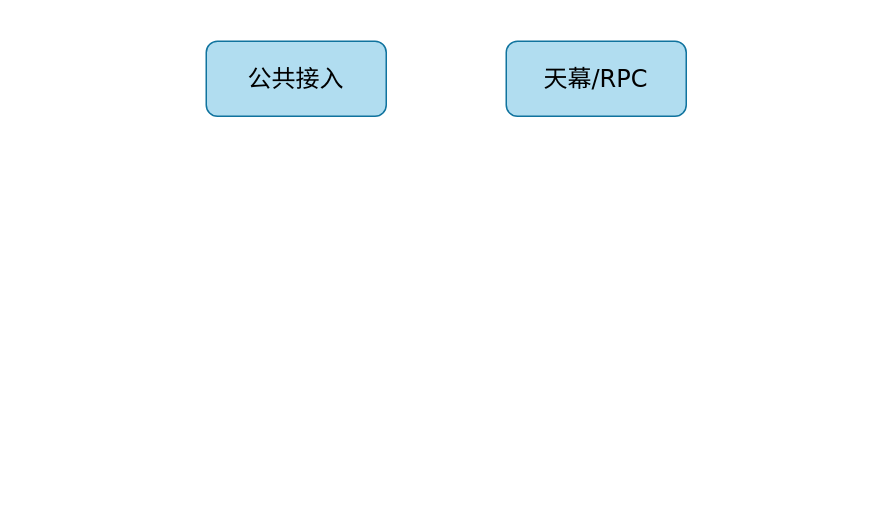
The draw.io diagram 未命名绘图.drawio in lewiskyo/test_git, before the edit. Source tidied: cells renumbered, new cells numbered last; positions are measured from the earlier drawing's top-left corner, leaving out a move shared by most shapes. Both pictures are drawn from the tidied source at 150%, with x=0, y=0 at pixel (206, 40).
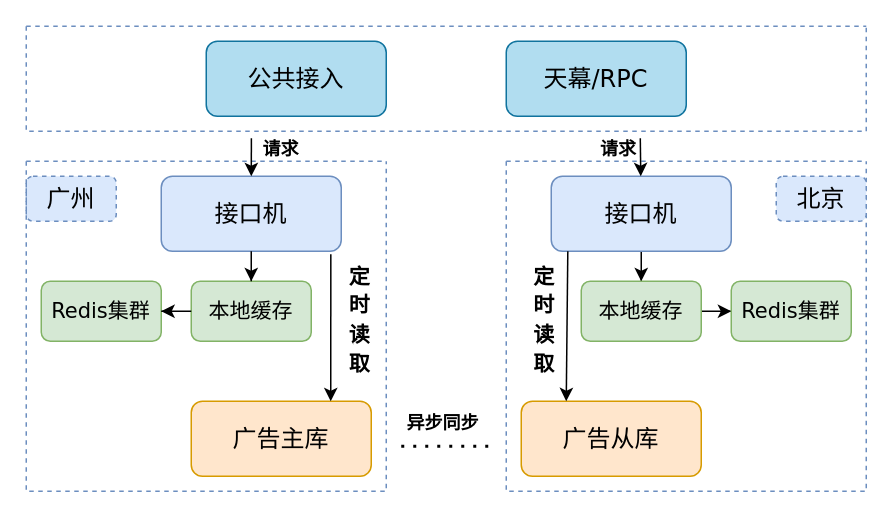
After the change.

Commit message:
更新未命名绘图.drawio

Change to the diagram source:
```diff
@@
+    <mxCell id="4" style="swimlane;startSize=0;fontFamily=Verdana;fontSize=13;dashed=1;fillColor=#dae8fc;strokeColor=#6c8ebf;" parent="1" vertex="1">
+      <mxGeometry x="-120" y="-10" width="560" height="70" as="geometry" />
+    </mxCell>
-    <mxCell id="3" value="天幕/RPC" style="rounded=1;whiteSpace=wrap;html=1;fontFamily=Verdana;fontSize=16;fillColor=#b1ddf0;strokeColor=#10739e;" parent="1" vertex="1">
-      <mxGeometry x="200" width="120" height="50" as="geometry" />
+    <mxCell id="3" value="天幕/RPC" style="rounded=1;whiteSpace=wrap;html=1;fontFamily=Verdana;fontSize=16;fillColor=#b1ddf0;strokeColor=#10739e;" parent="4" vertex="1">
+      <mxGeometry x="320" y="10" width="120" height="50" as="geometry" />
     </mxCell>
+    <mxCell id="5" value="广州" style="rounded=1;whiteSpace=wrap;html=1;dashed=1;fontFamily=Verdana;fontSize=16;fillColor=#dae8fc;strokeColor=#6c8ebf;" parent="1" vertex="1">
+      <mxGeometry x="-120" y="90" width="60" height="30" as="geometry" />
+    </mxCell>
+    <mxCell id="6" style="swimlane;startSize=0;fontFamily=Verdana;fontSize=13;dashed=1;fillColor=#dae8fc;strokeColor=#6c8ebf;" parent="1" vertex="1">
+      <mxGeometry x="-120" y="80" width="240" height="220" as="geometry" />
+    </mxCell>
+    <mxCell id="7" value="Redis集群" style="rounded=1;whiteSpace=wrap;html=1;fontFamily=Verdana;fontSize=14;fillColor=#d5e8d4;strokeColor=#82b366;" parent="6" vertex="1">
+      <mxGeometry x="10" y="80" width="80" height="40" as="geometry" />
+    </mxCell>
+    <mxCell id="8" value="本地缓存" style="rounded=1;whiteSpace=wrap;html=1;fontFamily=Verdana;fontSize=14;fillColor=#d5e8d4;strokeColor=#82b366;" parent="6" vertex="1">
+      <mxGeometry x="110" y="80" width="80" height="40" as="geometry" />
+    </mxCell>
+    <mxCell id="9" style="edgeStyle=orthogonalEdgeStyle;rounded=0;jettySize=auto;html=1;" parent="6" edge="1" source="8" target="7">
+      <mxGeometry relative="1" as="geometry" />
+    </mxCell>
+    <mxCell id="10" value="接口机" style="rounded=1;whiteSpace=wrap;html=1;fontFamily=Verdana;fontSize=16;fillColor=#dae8fc;strokeColor=#6c8ebf;" parent="6" vertex="1">
+      <mxGeometry x="90" y="10" width="120" height="50" as="geometry" />
+    </mxCell>
+    <mxCell id="11" style="edgeStyle=orthogonalEdgeStyle;rounded=0;jettySize=auto;html=1;" parent="6" edge="1" source="10" target="8">
+      <mxGeometry relative="1" as="geometry" />
+    </mxCell>
+    <mxCell id="12" value="广告主库" style="rounded=1;whiteSpace=wrap;html=1;fontFamily=Verdana;fontSize=16;fillColor=#ffe6cc;strokeColor=#d79b00;" parent="6" vertex="1">
+      <mxGeometry x="110" y="160" width="120" height="50" as="geometry" />
+    </mxCell>
+    <mxCell id="13" style="endArrow=classic;html=1;rounded=0;exitX=0.942;exitY=1.04;exitDx=0;exitDy=0;exitPerimeter=0;" parent="6" edge="1" source="10">
+      <mxGeometry relative="1" as="geometry">
+        <mxPoint x="203" y="160" as="targetPoint" />
+      </mxGeometry>
+    </mxCell>
+    <mxCell id="14" value="&lt;font style=&quot;font-size: 14px;&quot;&gt;&lt;b&gt;定&lt;br&gt;时&lt;br&gt;读&lt;br&gt;取&lt;/b&gt;&lt;/font&gt;" style="text;strokeColor=none;fillColor=none;html=1;fontSize=16;fontStyle=0;verticalAlign=middle;align=center;fontFamily=Verdana;" parent="6" vertex="1">
+      <mxGeometry x="202" y="60" width="40" height="90" as="geometry" />
+    </mxCell>
+    <mxCell id="15" style="swimlane;startSize=0;fontFamily=Verdana;fontSize=13;dashed=1;fillColor=#dae8fc;strokeColor=#6c8ebf;" parent="1" vertex="1">
+      <mxGeometry x="200" y="80" width="240" height="220" as="geometry" />
+    </mxCell>
+    <mxCell id="16" style="edgeStyle=orthogonalEdgeStyle;rounded=0;jettySize=auto;html=1;" parent="15" edge="1" source="17" target="21">
+      <mxGeometry relative="1" as="geometry" />
+    </mxCell>
+    <mxCell id="17" value="接口机" style="rounded=1;whiteSpace=wrap;html=1;fontFamily=Verdana;fontSize=16;fillColor=#dae8fc;strokeColor=#6c8ebf;" parent="15" vertex="1">
+      <mxGeometry x="30" y="10" width="120" height="50" as="geometry" />
+    </mxCell>
+    <mxCell id="18" value="广告从库" style="rounded=1;whiteSpace=wrap;html=1;fontFamily=Verdana;fontSize=16;fillColor=#ffe6cc;strokeColor=#d79b00;" parent="15" vertex="1">
+      <mxGeometry x="10" y="160" width="120" height="50" as="geometry" />
+    </mxCell>
+    <mxCell id="19" value="北京" style="rounded=1;whiteSpace=wrap;html=1;dashed=1;fontFamily=Verdana;fontSize=16;fillColor=#dae8fc;strokeColor=#6c8ebf;" parent="15" vertex="1">
+      <mxGeometry x="180" y="10" width="60" height="30" as="geometry" />
+    </mxCell>
+    <mxCell id="20" style="edgeStyle=orthogonalEdgeStyle;rounded=0;jettySize=auto;html=1;" parent="15" edge="1" source="21" target="22">
+      <mxGeometry relative="1" as="geometry" />
+    </mxCell>
+    <mxCell id="21" value="本地缓存" style="rounded=1;whiteSpace=wrap;html=1;fontFamily=Verdana;fontSize=14;fillColor=#d5e8d4;strokeColor=#82b366;" parent="15" vertex="1">
+      <mxGeometry x="50" y="80" width="80" height="40" as="geometry" />
+    </mxCell>
+    <mxCell id="22" value="Redis集群" style="rounded=1;whiteSpace=wrap;html=1;fontFamily=Verdana;fontSize=14;fillColor=#d5e8d4;strokeColor=#82b366;" parent="15" vertex="1">
+      <mxGeometry x="150" y="80" width="80" height="40" as="geometry" />
+    </mxCell>
+    <mxCell id="23" style="endArrow=classic;html=1;rounded=0;exitX=0.092;exitY=1;exitDx=0;exitDy=0;exitPerimeter=0;entryX=0.25;entryY=0;entryDx=0;entryDy=0;" parent="15" edge="1" source="17" target="18">
+      <mxGeometry relative="1" as="geometry" />
+    </mxCell>
+    <mxCell id="24" value="&lt;font style=&quot;font-size: 14px;&quot;&gt;&lt;b&gt;定&lt;br&gt;时&lt;br&gt;读&lt;br&gt;取&lt;/b&gt;&lt;/font&gt;" style="text;strokeColor=none;fillColor=none;html=1;fontSize=16;fontStyle=0;verticalAlign=middle;align=center;fontFamily=Verdana;" parent="1" vertex="1">
+      <mxGeometry x="205" y="140" width="40" height="90" as="geometry" />
+    </mxCell>
+    <mxCell id="25" style="endArrow=classic;html=1;rounded=0;exitX=0.731;exitY=1.066;exitDx=0;exitDy=0;exitPerimeter=0;" parent="1" edge="1" source="4" target="17">
+      <mxGeometry relative="1" as="geometry" />
+    </mxCell>
+    <mxCell id="26" style="endArrow=classic;html=1;rounded=0;exitX=0.268;exitY=1.066;exitDx=0;exitDy=0;exitPerimeter=0;" parent="1" edge="1" source="4" target="10">
+      <mxGeometry relative="1" as="geometry" />
+    </mxCell>
+    <mxCell id="27" value="请求" style="text;html=1;strokeColor=none;fillColor=none;align=center;verticalAlign=middle;whiteSpace=wrap;rounded=0;fontStyle=1;" parent="1" vertex="1">
+      <mxGeometry x="20" y="57" width="60" height="30" as="geometry" />
+    </mxCell>
+    <mxCell id="28" value="请求" style="text;html=1;strokeColor=none;fillColor=none;align=center;verticalAlign=middle;whiteSpace=wrap;rounded=0;fontStyle=1;" parent="1" vertex="1">
+      <mxGeometry x="245" y="57" width="60" height="30" as="geometry" />
+    </mxCell>
+    <mxCell id="29" style="endArrow=none;dashed=1;html=1;dashPattern=1 3;strokeWidth=2;rounded=0;" parent="1" edge="1">
+      <mxGeometry relative="1" as="geometry">
+        <mxPoint x="130" y="270" as="sourcePoint" />
+        <mxPoint x="190" y="270" as="targetPoint" />
+      </mxGeometry>
+    </mxCell>
+    <mxCell id="30" value="异步同步" style="text;html=1;strokeColor=none;fillColor=none;align=center;verticalAlign=middle;whiteSpace=wrap;rounded=0;fontStyle=1;" parent="1" vertex="1">
+      <mxGeometry x="128" y="240" width="60" height="30" as="geometry" />
+    </mxCell>
```
